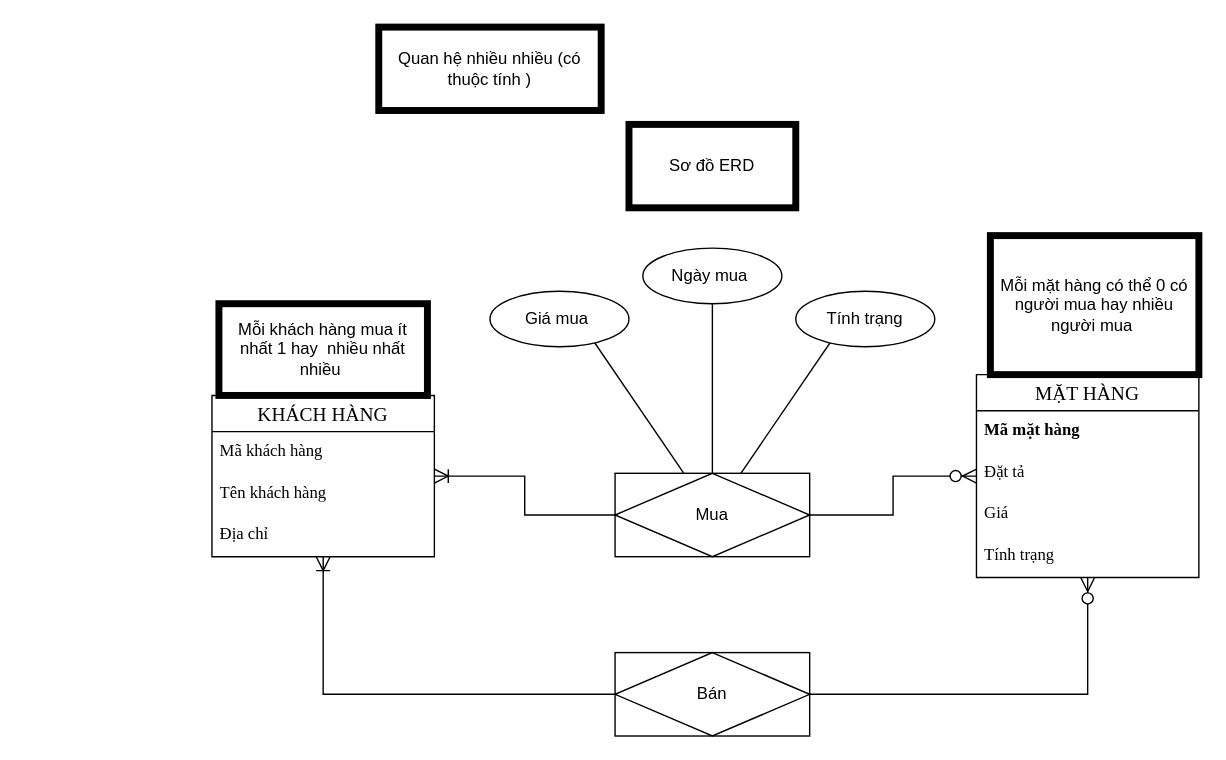
This is page "Bài 2" (2 of 3) of Biểu đồ không có tiêu đề.drawio from LONGDKZdev/Flowchart, a draw.io file, before an edit. Source tidied: cells renumbered, new cells numbered last; positions are measured from the earlier drawing's top-left corner, leaving out a move shared by most shapes. Both pictures are drawn from the tidied source at 139%, with x=0, y=0 at pixel (211, 26).
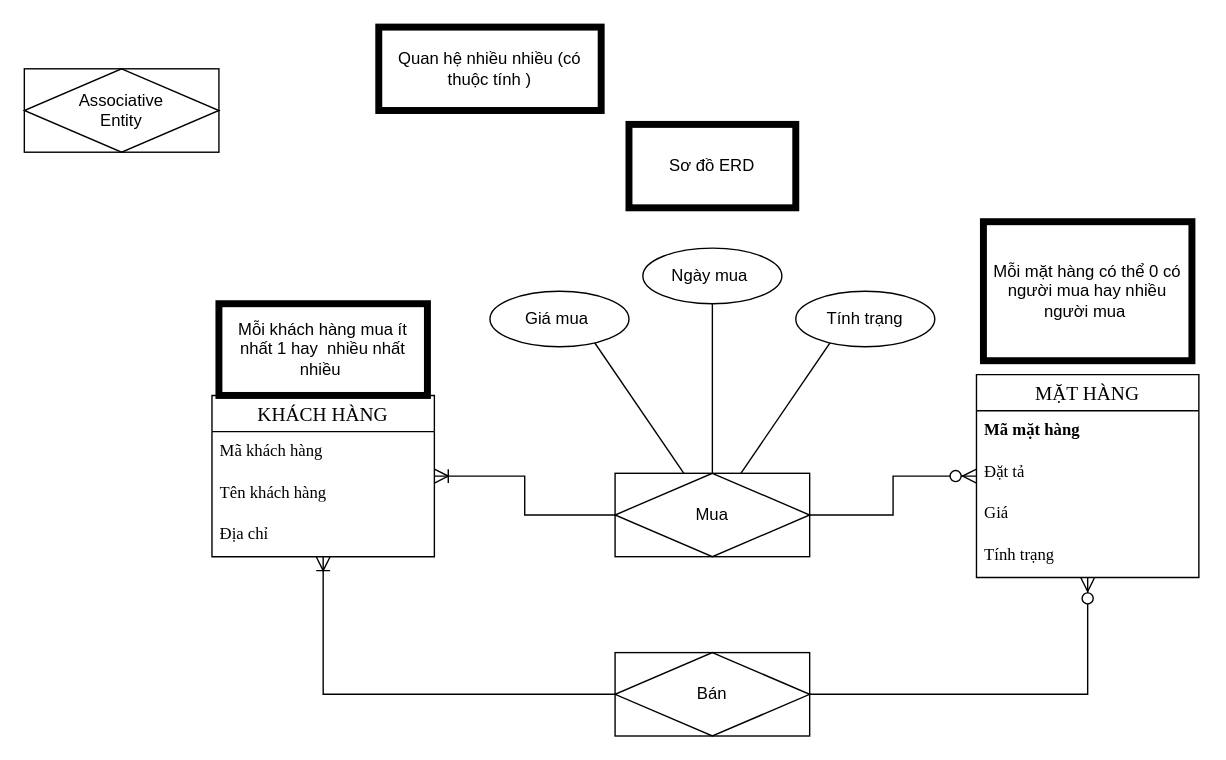
The same diagram, later.

Diff of the diagram source:
```diff
@@
     <mxCell id="15" value="Mỗi mặt hàng có thể 0 có người mua hay nhiều người mua&amp;nbsp;" style="rounded=0;whiteSpace=wrap;html=1;strokeWidth=5;" parent="1" vertex="1">
-      <mxGeometry x="560" y="150" width="150" height="100" as="geometry" />
+      <mxGeometry x="555" y="140" width="150" height="100" as="geometry" />
     </mxCell>
@@
+    <mxCell id="27" value="Associative&#10;Entity" style="shape=associativeEntity;whiteSpace=wrap;html=1;align=center;" parent="1" vertex="1">
+      <mxGeometry x="-135" y="30" width="140" height="60" as="geometry" />
+    </mxCell>
```
